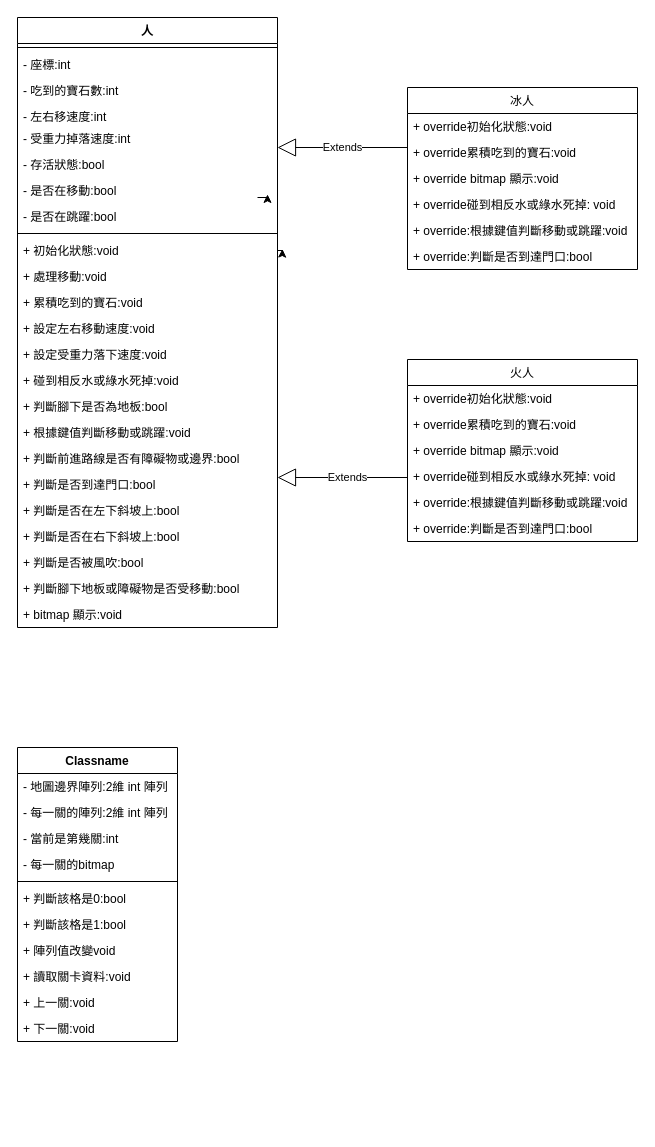
Before: page "Page-2" (2 of 2) of UML Diagram/oop_game.drawio in ggjj321/fireboy-watergirl-in-the-forest-temple, a draw.io diagram. Source tidied: cells renumbered, new cells numbered last; positions are measured from the earlier drawing's top-left corner, leaving out a move shared by most shapes. Both pictures are drawn from the tidied source at 100%, with x=0, y=0 at pixel (17, 17).
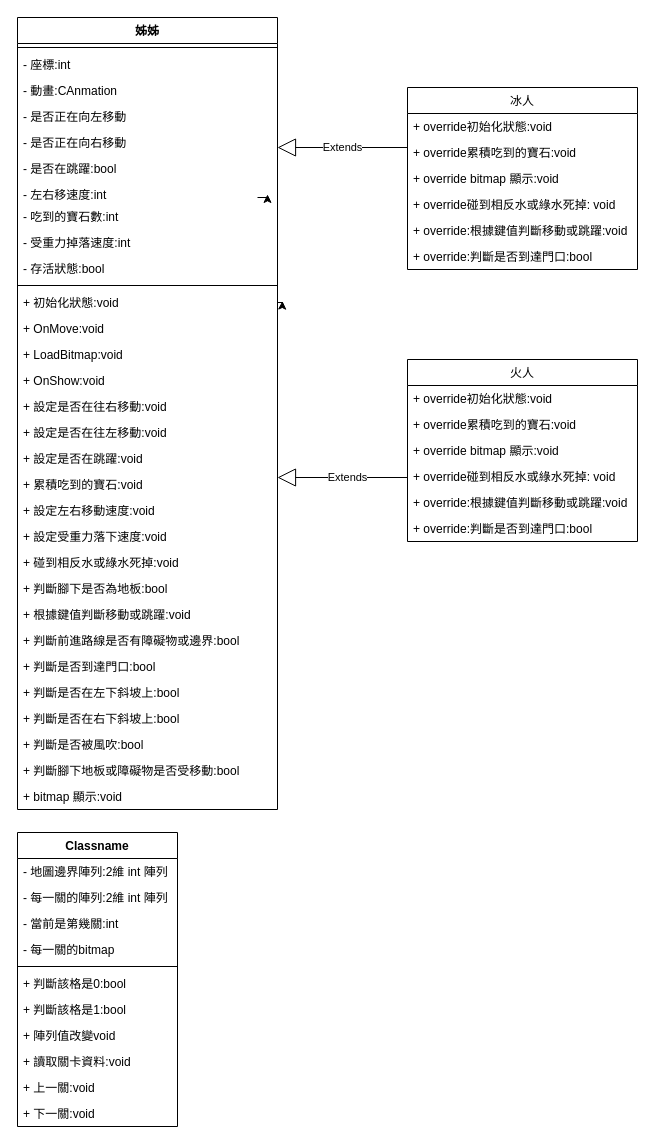
The same diagram, later.

Commit message:
feat:update people uml

The edit, as a diff of the source:
```diff
@@
-    <mxCell id="2" value="人" style="swimlane;fontStyle=1;align=center;verticalAlign=top;horizontal=1;startSize=26;" parent="1" vertex="1">
-      <mxGeometry width="260" height="610" as="geometry" />
+    <mxCell id="2" value="姊姊" style="swimlane;fontStyle=1;align=center;verticalAlign=top;horizontal=1;startSize=26;" parent="1" vertex="1">
+      <mxGeometry width="260" height="792" as="geometry" />
     </mxCell>
@@
+    <mxCell id="57" value="- 動畫:CAnmation" style="text;strokeColor=none;fillColor=none;align=left;verticalAlign=top;spacingLeft=4;spacingRight=4;overflow=hidden;" parent="2" vertex="1">
+      <mxGeometry y="60" width="260" height="26" as="geometry" />
+    </mxCell>
+    <mxCell id="58" value="- 是否正在向左移動" style="text;strokeColor=none;fillColor=none;align=left;verticalAlign=top;spacingLeft=4;spacingRight=4;overflow=hidden;fontColor=#000000;" parent="2" vertex="1">
+      <mxGeometry y="86" width="260" height="26" as="geometry" />
+    </mxCell>
+    <mxCell id="59" value="- 是否正在向右移動" style="text;strokeColor=none;fillColor=none;align=left;verticalAlign=top;spacingLeft=4;spacingRight=4;overflow=hidden;fontColor=#000000;" parent="2" vertex="1">
+      <mxGeometry y="112" width="260" height="26" as="geometry" />
+    </mxCell>
+    <mxCell id="10" value="- 是否在跳躍:bool" style="text;strokeColor=none;fillColor=none;align=left;verticalAlign=top;spacingLeft=4;spacingRight=4;overflow=hidden;" parent="2" vertex="1">
+      <mxGeometry y="138" width="260" height="26" as="geometry" />
+    </mxCell>
+    <mxCell id="6" value="- 左右移速度:int" style="text;strokeColor=none;fillColor=none;align=left;verticalAlign=top;spacingLeft=4;spacingRight=4;overflow=hidden;" parent="2" vertex="1">
+      <mxGeometry y="164" width="260" height="22" as="geometry" />
+    </mxCell>
     <mxCell id="5" value="- 吃到的寶石數:int" style="text;strokeColor=none;fillColor=none;align=left;verticalAlign=top;spacingLeft=4;spacingRight=4;overflow=hidden;" parent="2" vertex="1">
-      <mxGeometry y="60" width="260" height="26" as="geometry" />
+      <mxGeometry y="186" width="260" height="26" as="geometry" />
     </mxCell>
-    <mxCell id="6" value="- 左右移速度:int" style="text;strokeColor=none;fillColor=none;align=left;verticalAlign=top;spacingLeft=4;spacingRight=4;overflow=hidden;" parent="2" vertex="1">
-      <mxGeometry y="86" width="260" height="22" as="geometry" />
-    </mxCell>
     <mxCell id="7" value="- 受重力掉落速度:int" style="text;strokeColor=none;fillColor=none;align=left;verticalAlign=top;spacingLeft=4;spacingRight=4;overflow=hidden;" parent="2" vertex="1">
-      <mxGeometry y="108" width="260" height="26" as="geometry" />
+      <mxGeometry y="212" width="260" height="26" as="geometry" />
     </mxCell>
     <mxCell id="8" value="- 存活狀態:bool" style="text;strokeColor=none;fillColor=none;align=left;verticalAlign=top;spacingLeft=4;spacingRight=4;overflow=hidden;" parent="2" vertex="1">
-      <mxGeometry y="134" width="260" height="26" as="geometry" />
+      <mxGeometry y="238" width="260" height="26" as="geometry" />
     </mxCell>
-    <mxCell id="9" value="- 是否在移動:bool&#10;" style="text;strokeColor=none;fillColor=none;align=left;verticalAlign=top;spacingLeft=4;spacingRight=4;overflow=hidden;" parent="2" vertex="1">
-      <mxGeometry y="160" width="260" height="26" as="geometry" />
-    </mxCell>
-    <mxCell id="10" value="- 是否在跳躍:bool" style="text;strokeColor=none;fillColor=none;align=left;verticalAlign=top;spacingLeft=4;spacingRight=4;overflow=hidden;" parent="2" vertex="1">
-      <mxGeometry y="186" width="260" height="26" as="geometry" />
-    </mxCell>
     <mxCell id="11" style="line;strokeWidth=1;fillColor=none;align=left;verticalAlign=middle;spacingTop=-1;spacingLeft=3;spacingRight=3;labelPosition=right;" parent="2" vertex="1">
-      <mxGeometry y="212" width="260" height="8" as="geometry" />
+      <mxGeometry y="264" width="260" height="8" as="geometry" />
     </mxCell>
     <mxCell id="12" value="+ 初始化狀態:void" style="text;strokeColor=none;fillColor=none;align=left;verticalAlign=top;spacingLeft=4;spacingRight=4;overflow=hidden;points=[[0,0.5],[1,0.5]];portConstraint=eastwest;" parent="2" vertex="1">
-      <mxGeometry y="220" width="260" height="26" as="geometry" />
+      <mxGeometry y="272" width="260" height="26" as="geometry" />
     </mxCell>
@@
-    <mxCell id="14" value="+ 處理移動:void&#10;" style="text;strokeColor=none;fillColor=none;align=left;verticalAlign=top;spacingLeft=4;spacingRight=4;overflow=hidden;" parent="2" vertex="1">
-      <mxGeometry y="246" width="260" height="26" as="geometry" />
+    <mxCell id="14" value="+ OnMove:void&#10;" style="text;strokeColor=none;fillColor=none;align=left;verticalAlign=top;spacingLeft=4;spacingRight=4;overflow=hidden;" parent="2" vertex="1">
+      <mxGeometry y="298" width="260" height="26" as="geometry" />
     </mxCell>
+    <mxCell id="60" value="+ LoadBitmap:void" style="text;strokeColor=none;fillColor=none;align=left;verticalAlign=top;spacingLeft=4;spacingRight=4;overflow=hidden;fontColor=#000000;" parent="2" vertex="1">
+      <mxGeometry y="324" width="260" height="26" as="geometry" />
+    </mxCell>
+    <mxCell id="61" value="+ OnShow:void" style="text;strokeColor=none;fillColor=none;align=left;verticalAlign=top;spacingLeft=4;spacingRight=4;overflow=hidden;fontColor=#000000;" parent="2" vertex="1">
+      <mxGeometry y="350" width="260" height="26" as="geometry" />
+    </mxCell>
+    <mxCell id="62" value="+ 設定是否在往右移動:void" style="text;strokeColor=none;fillColor=none;align=left;verticalAlign=top;spacingLeft=4;spacingRight=4;overflow=hidden;fontColor=#000000;" parent="2" vertex="1">
+      <mxGeometry y="376" width="260" height="26" as="geometry" />
+    </mxCell>
+    <mxCell id="63" value="+ 設定是否在往左移動:void" style="text;strokeColor=none;fillColor=none;align=left;verticalAlign=top;spacingLeft=4;spacingRight=4;overflow=hidden;fontColor=#000000;" parent="2" vertex="1">
+      <mxGeometry y="402" width="260" height="26" as="geometry" />
+    </mxCell>
+    <mxCell id="64" value="+ 設定是否在跳躍:void" style="text;strokeColor=none;fillColor=none;align=left;verticalAlign=top;spacingLeft=4;spacingRight=4;overflow=hidden;fontColor=#000000;" parent="2" vertex="1">
+      <mxGeometry y="428" width="260" height="26" as="geometry" />
+    </mxCell>
     <mxCell id="15" value="+ 累積吃到的寶石:void" style="text;strokeColor=none;fillColor=none;align=left;verticalAlign=top;spacingLeft=4;spacingRight=4;overflow=hidden;" parent="2" vertex="1">
-      <mxGeometry y="272" width="260" height="26" as="geometry" />
+      <mxGeometry y="454" width="260" height="26" as="geometry" />
     </mxCell>
     <mxCell id="16" value="+ 設定左右移動速度:void" style="text;strokeColor=none;fillColor=none;align=left;verticalAlign=top;spacingLeft=4;spacingRight=4;overflow=hidden;" parent="2" vertex="1">
-      <mxGeometry y="298" width="260" height="26" as="geometry" />
+      <mxGeometry y="480" width="260" height="26" as="geometry" />
     </mxCell>
     <mxCell id="17" value="+ 設定受重力落下速度:void" style="text;strokeColor=none;fillColor=none;align=left;verticalAlign=top;spacingLeft=4;spacingRight=4;overflow=hidden;" parent="2" vertex="1">
-      <mxGeometry y="324" width="260" height="26" as="geometry" />
+      <mxGeometry y="506" width="260" height="26" as="geometry" />
     </mxCell>
     <mxCell id="18" value="+ 碰到相反水或綠水死掉:void" style="text;strokeColor=none;fillColor=none;align=left;verticalAlign=top;spacingLeft=4;spacingRight=4;overflow=hidden;" parent="2" vertex="1">
-      <mxGeometry y="350" width="260" height="26" as="geometry" />
+      <mxGeometry y="532" width="260" height="26" as="geometry" />
     </mxCell>
     <mxCell id="19" value="+ 判斷腳下是否為地板:bool" style="text;strokeColor=none;fillColor=none;align=left;verticalAlign=top;spacingLeft=4;spacingRight=4;overflow=hidden;" parent="2" vertex="1">
-      <mxGeometry y="376" width="260" height="26" as="geometry" />
+      <mxGeometry y="558" width="260" height="26" as="geometry" />
     </mxCell>
     <mxCell id="20" value="+ 根據鍵值判斷移動或跳躍:void" style="text;strokeColor=none;fillColor=none;align=left;verticalAlign=top;spacingLeft=4;spacingRight=4;overflow=hidden;" parent="2" vertex="1">
-      <mxGeometry y="402" width="260" height="26" as="geometry" />
+      <mxGeometry y="584" width="260" height="26" as="geometry" />
     </mxCell>
     <mxCell id="21" value="+ 判斷前進路線是否有障礙物或邊界:bool" style="text;strokeColor=none;fillColor=none;align=left;verticalAlign=top;spacingLeft=4;spacingRight=4;overflow=hidden;" parent="2" vertex="1">
-      <mxGeometry y="428" width="260" height="26" as="geometry" />
+      <mxGeometry y="610" width="260" height="26" as="geometry" />
     </mxCell>
     <mxCell id="22" value="+ 判斷是否到達門口:bool&#10;" style="text;strokeColor=none;fillColor=none;align=left;verticalAlign=top;spacingLeft=4;spacingRight=4;overflow=hidden;" parent="2" vertex="1">
-      <mxGeometry y="454" width="260" height="26" as="geometry" />
+      <mxGeometry y="636" width="260" height="26" as="geometry" />
     </mxCell>
     <mxCell id="23" value="+ 判斷是否在左下斜坡上:bool" style="text;strokeColor=none;fillColor=none;align=left;verticalAlign=top;spacingLeft=4;spacingRight=4;overflow=hidden;" parent="2" vertex="1">
-      <mxGeometry y="480" width="260" height="26" as="geometry" />
+      <mxGeometry y="662" width="260" height="26" as="geometry" />
     </mxCell>
     <mxCell id="24" value="+ 判斷是否在右下斜坡上:bool" style="text;strokeColor=none;fillColor=none;align=left;verticalAlign=top;spacingLeft=4;spacingRight=4;overflow=hidden;" parent="2" vertex="1">
-      <mxGeometry y="506" width="260" height="26" as="geometry" />
+      <mxGeometry y="688" width="260" height="26" as="geometry" />
     </mxCell>
     <mxCell id="25" value="+ 判斷是否被風吹:bool" style="text;strokeColor=none;fillColor=none;align=left;verticalAlign=top;spacingLeft=4;spacingRight=4;overflow=hidden;" parent="2" vertex="1">
-      <mxGeometry y="532" width="260" height="26" as="geometry" />
+      <mxGeometry y="714" width="260" height="26" as="geometry" />
     </mxCell>
     <mxCell id="26" value="+ 判斷腳下地板或障礙物是否受移動:bool" style="text;strokeColor=none;fillColor=none;align=left;verticalAlign=top;spacingLeft=4;spacingRight=4;overflow=hidden;" parent="2" vertex="1">
-      <mxGeometry y="558" width="260" height="26" as="geometry" />
+      <mxGeometry y="740" width="260" height="26" as="geometry" />
     </mxCell>
     <mxCell id="27" value="+ bitmap 顯示:void" style="text;strokeColor=none;fillColor=none;align=left;verticalAlign=top;spacingLeft=4;spacingRight=4;overflow=hidden;" parent="2" vertex="1">
-      <mxGeometry y="584" width="260" height="26" as="geometry" />
+      <mxGeometry y="766" width="260" height="26" as="geometry" />
     </mxCell>
@@
     <mxCell id="45" value="Classname" style="swimlane;fontStyle=1;align=center;verticalAlign=top;horizontal=1;startSize=26;" parent="1" vertex="1">
-      <mxGeometry y="730" width="160" height="294" as="geometry" />
+      <mxGeometry y="815" width="160" height="294" as="geometry" />
     </mxCell>
```
